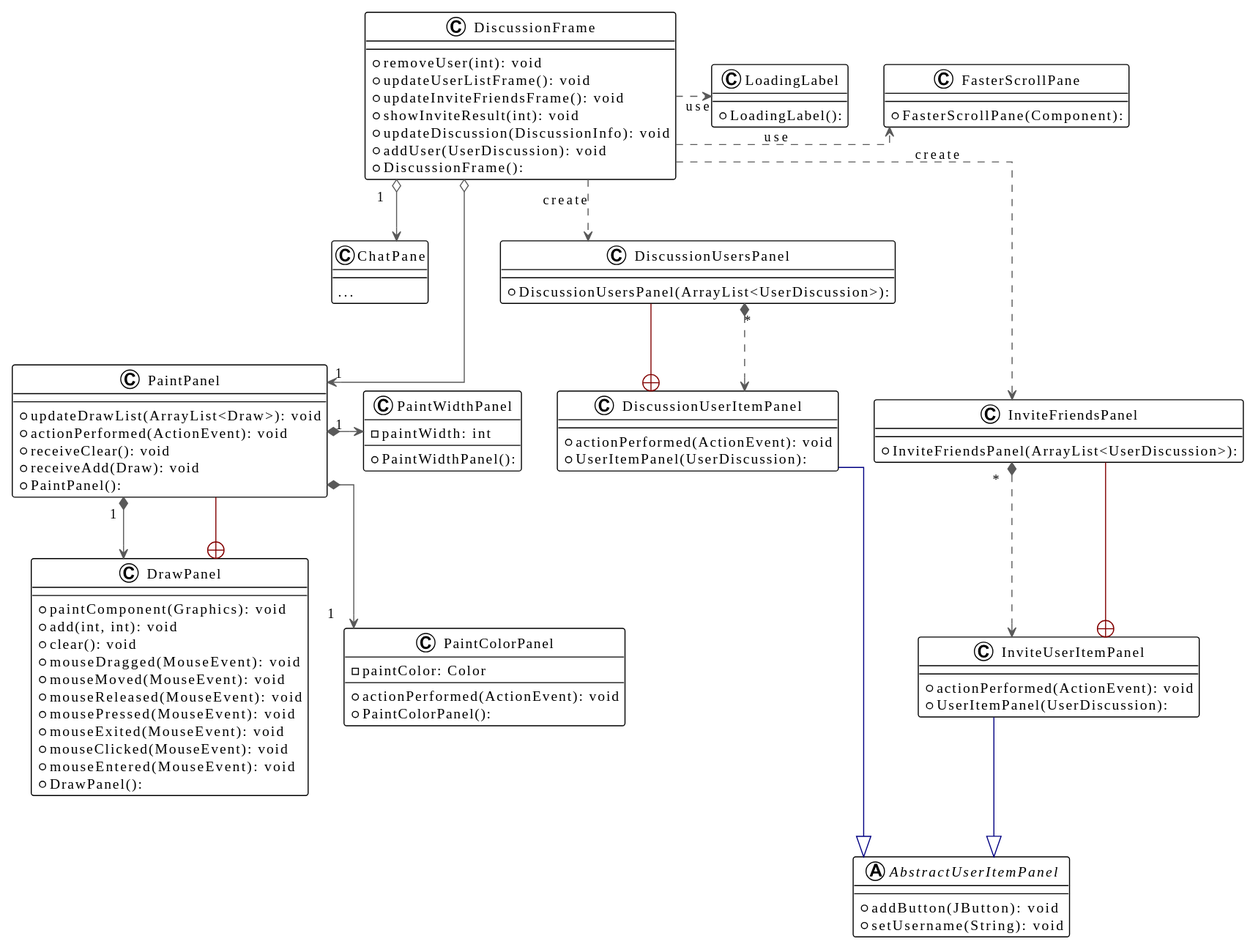
Before: uml/client-discussion.svg, a diagram exported from PlantUML (FengWu-PKU/Calendar_Chat).
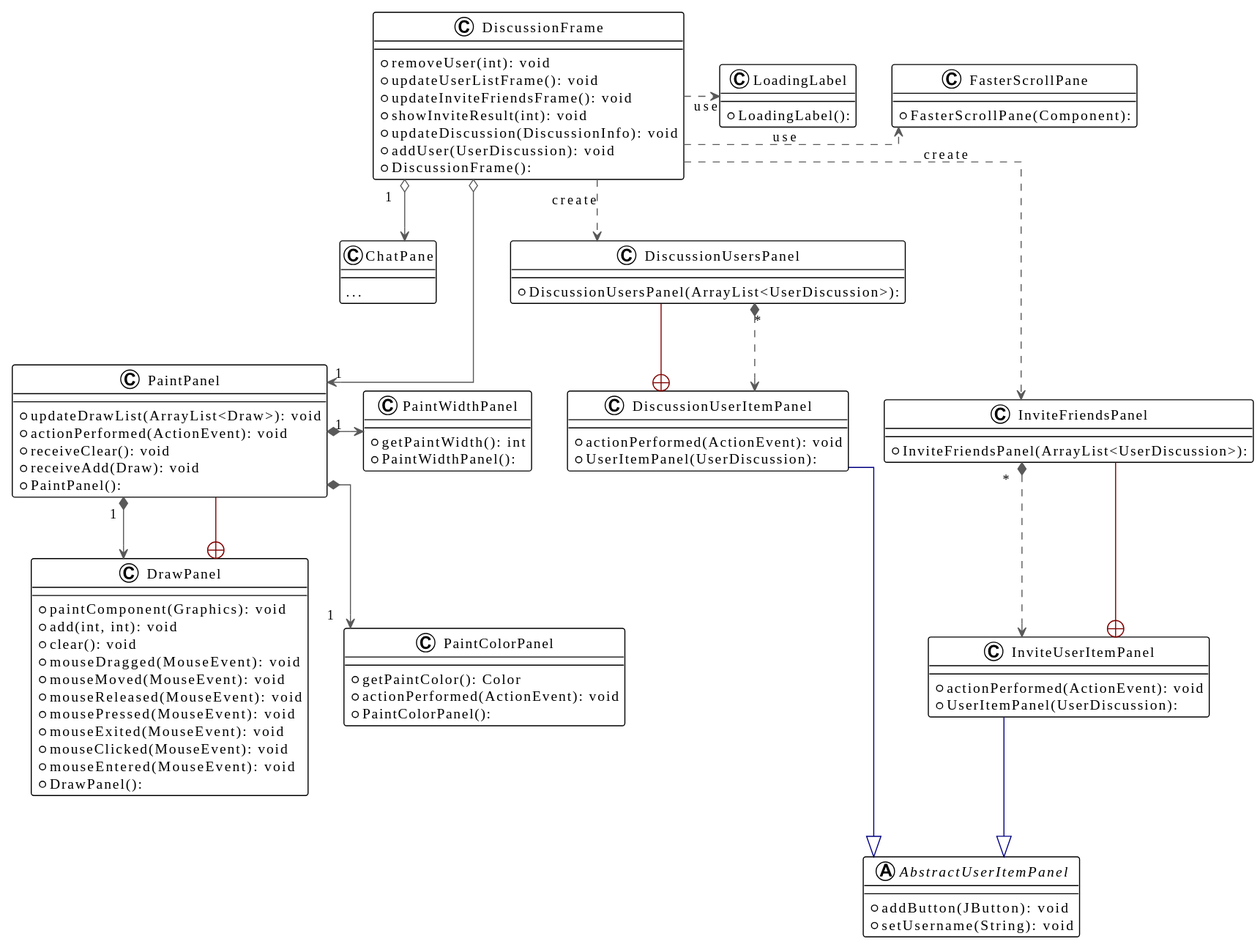
The same file after the commit.

The edit, as a diff of the source:
```diff
@@ -63,12 +63,12 @@
   + PaintPanel():
 }
 class PaintColorPanel {
-  - paintColor: Color
+  + getPaintColor(): Color
   + actionPerformed(ActionEvent): void
   + PaintColorPanel():
 }
 class PaintWidthPanel {
-  - paintWidth: int
+  + getPaintWidth(): int
   + PaintWidthPanel():
 }
 
```
